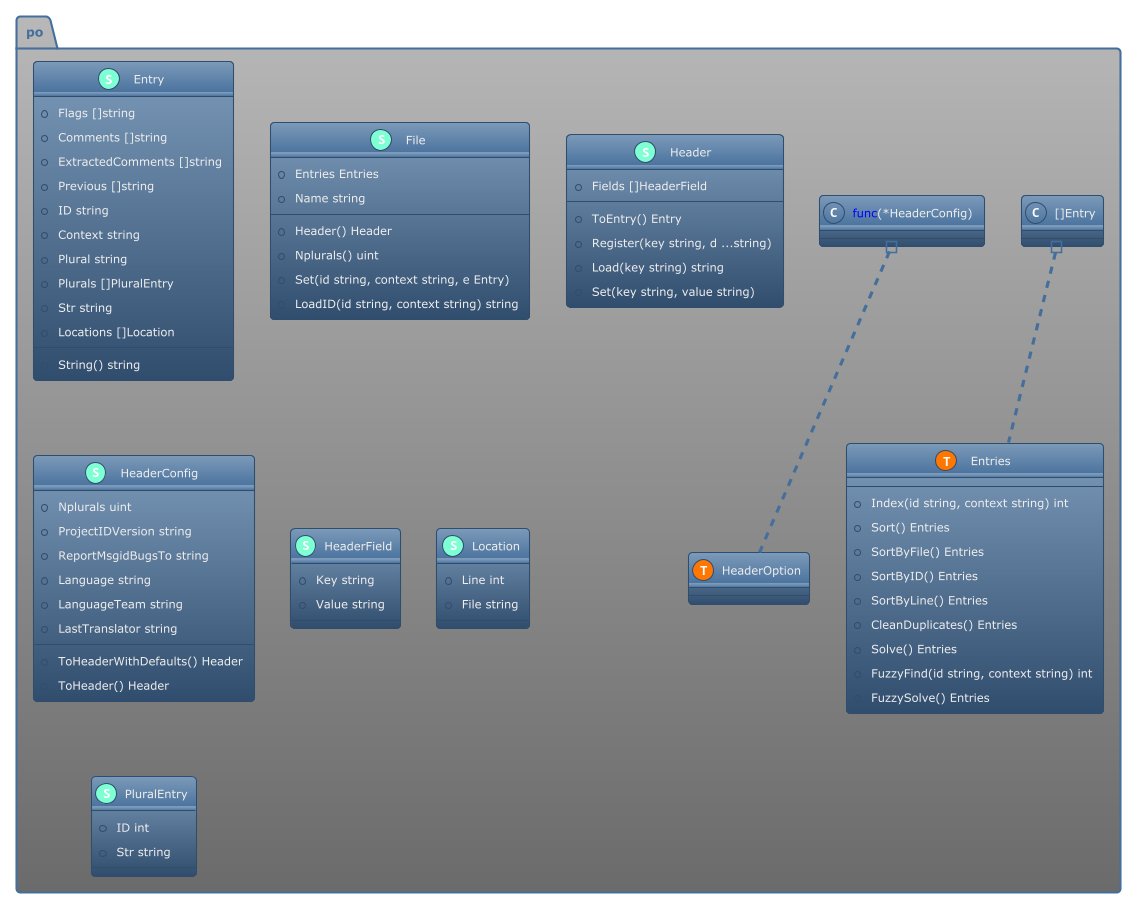
The PlantUML diagram pkg/po/structure.png in Tom5521/gotext-tools, before a commit.
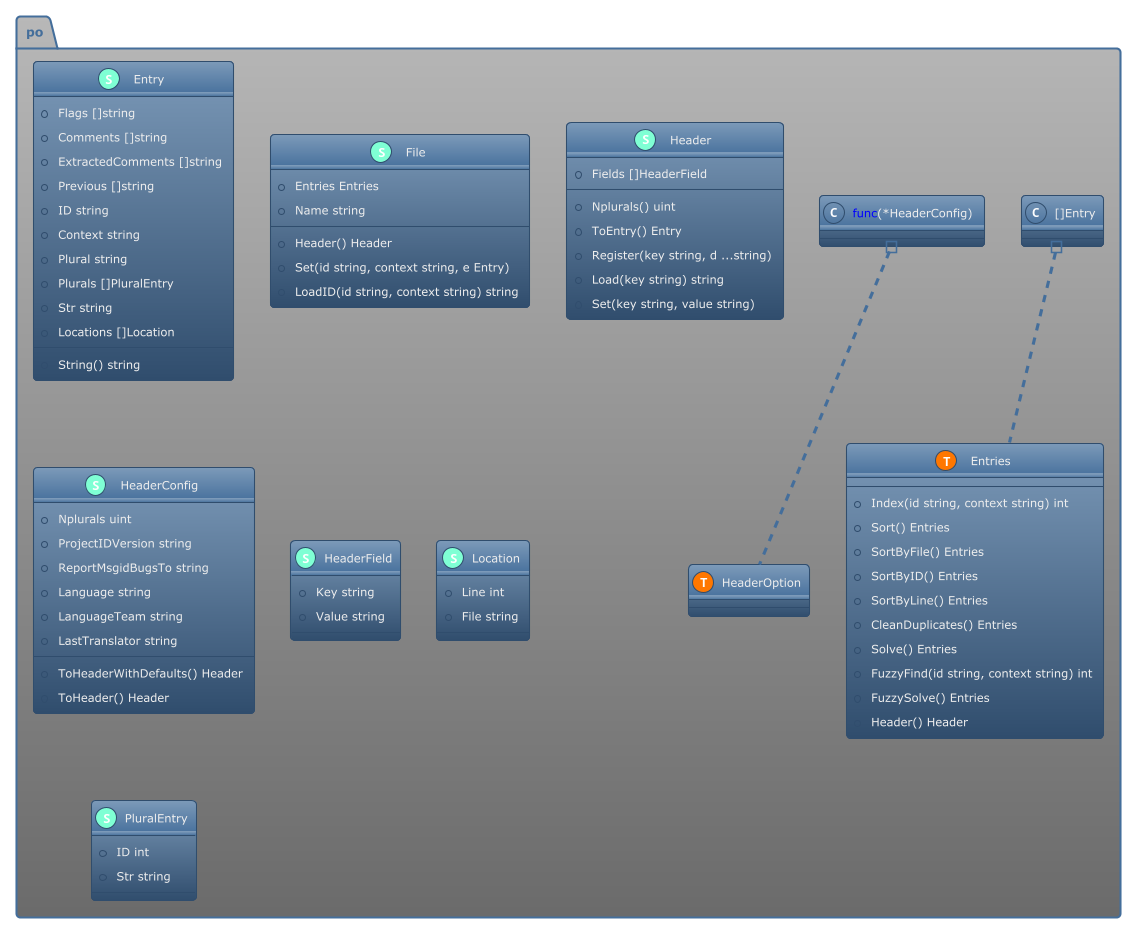
After the change.

Commit message:
feat(po): add X-Generator header field and refactor Header handling

The edit, as a diff of the source:
```diff
@@ -11,6 +11,7 @@
         + Solve() Entries
         + FuzzyFind(id string, context string) int
         + FuzzySolve() Entries
+        + Header() Header
 
     }
     class Entry << (S,Aquamarine) >> {
@@ -33,7 +34,6 @@
         + Name string
 
         + Header() Header
-        + Nplurals() uint
         + Set(id string, context string, e Entry)
         + LoadID(id string, context string) string
 
@@ -41,6 +41,7 @@
     class Header << (S,Aquamarine) >> {
         + Fields []HeaderField
 
+        + Nplurals() uint
         + ToEntry() Entry
         + Register(key string, d ...string)
         + Load(key string) string
```
